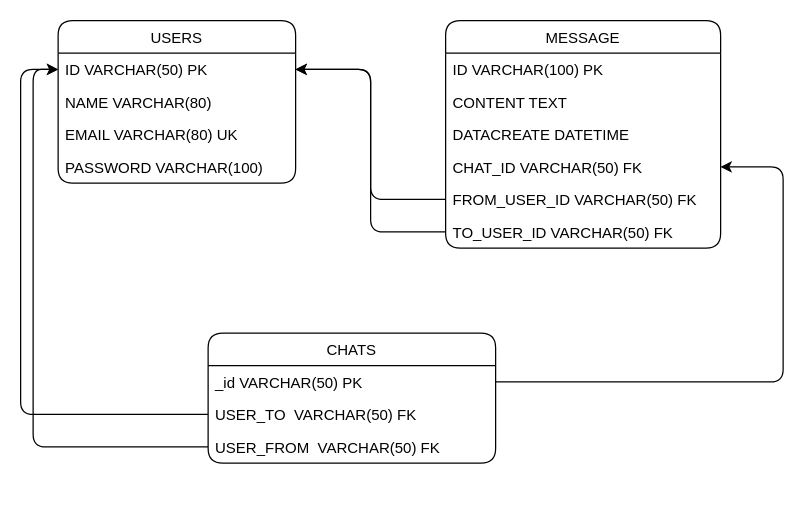
Before: doc/diagram.drawio in karllasouzza/API-ChatApp, a draw.io diagram. Source tidied: cells renumbered, new cells numbered last; positions are measured from the earlier drawing's top-left corner, leaving out a move shared by most shapes. Both pictures are drawn from the tidied source at 125%, with x=0, y=0 at pixel (20, 20).
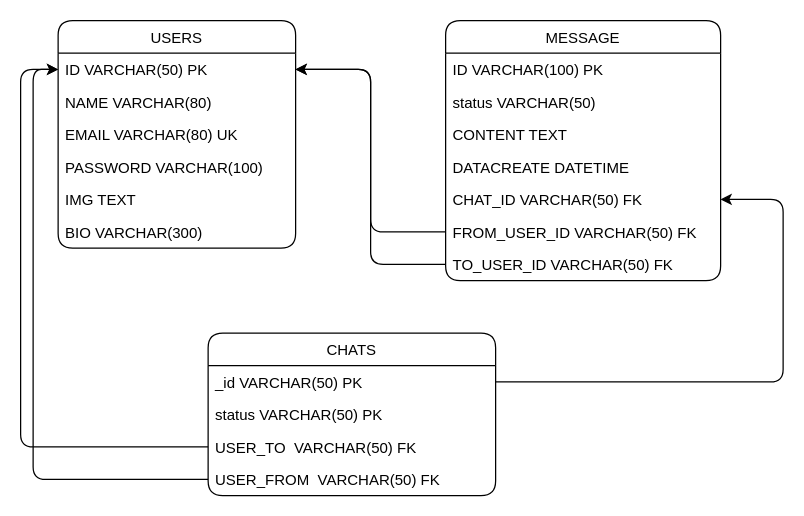
The same diagram, later.

Change to the diagram source:
```diff
@@
     <mxCell id="2" value="USERS" style="swimlane;fontStyle=0;horizontal=1;startSize=26;fillColor=none;rounded=1;" parent="1" vertex="1">
-      <mxGeometry x="30" width="190" height="130" as="geometry" />
+      <mxGeometry x="30" width="190" height="182" as="geometry" />
     </mxCell>
@@
+    <mxCell id="23" value="IMG TEXT" style="text;strokeColor=none;fillColor=none;align=left;verticalAlign=top;spacingLeft=4;spacingRight=4;overflow=hidden;" parent="2" vertex="1">
+      <mxGeometry y="130" width="190" height="26" as="geometry" />
+    </mxCell>
+    <mxCell id="24" value="BIO VARCHAR(300)" style="text;strokeColor=none;fillColor=none;align=left;verticalAlign=top;spacingLeft=4;spacingRight=4;overflow=hidden;" parent="2" vertex="1">
+      <mxGeometry y="156" width="190" height="26" as="geometry" />
+    </mxCell>
     <mxCell id="7" value="MESSAGE" style="swimlane;fontStyle=0;horizontal=1;startSize=26;fillColor=none;rounded=1;" parent="1" vertex="1">
-      <mxGeometry x="340" width="220" height="182" as="geometry" />
+      <mxGeometry x="340" width="220" height="208" as="geometry" />
     </mxCell>
@@
+    <mxCell id="25" value="status VARCHAR(50)" style="text;strokeColor=none;fillColor=none;align=left;verticalAlign=top;spacingLeft=4;spacingRight=4;overflow=hidden;" parent="7" vertex="1">
+      <mxGeometry y="52" width="220" height="26" as="geometry" />
+    </mxCell>
     <mxCell id="9" value="CONTENT TEXT" style="text;strokeColor=none;fillColor=none;align=left;verticalAlign=top;spacingLeft=4;spacingRight=4;overflow=hidden;" parent="7" vertex="1">
-      <mxGeometry y="52" width="220" height="26" as="geometry" />
+      <mxGeometry y="78" width="220" height="26" as="geometry" />
     </mxCell>
     <mxCell id="10" value="DATACREATE DATETIME" style="text;strokeColor=none;fillColor=none;align=left;verticalAlign=top;spacingLeft=4;spacingRight=4;overflow=hidden;" parent="7" vertex="1">
-      <mxGeometry y="78" width="220" height="26" as="geometry" />
+      <mxGeometry y="104" width="220" height="26" as="geometry" />
     </mxCell>
     <mxCell id="11" value="CHAT_ID VARCHAR(50) FK" style="text;strokeColor=none;fillColor=none;align=left;verticalAlign=top;spacingLeft=4;spacingRight=4;overflow=hidden;points=[[0,0.5],[1,0.5]];portConstraint=eastwest;" parent="7" vertex="1">
-      <mxGeometry y="104" width="220" height="26" as="geometry" />
+      <mxGeometry y="130" width="220" height="26" as="geometry" />
     </mxCell>
     <mxCell id="12" value="FROM_USER_ID VARCHAR(50) FK" style="text;strokeColor=none;fillColor=none;align=left;verticalAlign=top;spacingLeft=4;spacingRight=4;overflow=hidden;points=[[0,0.5],[1,0.5]];portConstraint=eastwest;" parent="7" vertex="1">
-      <mxGeometry y="130" width="220" height="26" as="geometry" />
+      <mxGeometry y="156" width="220" height="26" as="geometry" />
     </mxCell>
     <mxCell id="13" value="TO_USER_ID VARCHAR(50) FK" style="text;strokeColor=none;fillColor=none;align=left;verticalAlign=top;spacingLeft=4;spacingRight=4;overflow=hidden;points=[[0,0.5],[1,0.5]];portConstraint=eastwest;" parent="7" vertex="1">
-      <mxGeometry y="156" width="220" height="26" as="geometry" />
+      <mxGeometry y="182" width="220" height="26" as="geometry" />
     </mxCell>
     <mxCell id="14" value="CHATS" style="swimlane;fontStyle=0;horizontal=1;startSize=26;fillColor=none;rounded=1;" parent="1" vertex="1">
-      <mxGeometry x="150" y="250" width="230" height="104" as="geometry" />
+      <mxGeometry x="150" y="250" width="230" height="130" as="geometry" />
     </mxCell>
@@
+    <mxCell id="26" value="status VARCHAR(50) PK" style="text;strokeColor=none;fillColor=none;align=left;verticalAlign=top;spacingLeft=4;spacingRight=4;overflow=hidden;" parent="14" vertex="1">
+      <mxGeometry y="52" width="230" height="26" as="geometry" />
+    </mxCell>
     <mxCell id="16" value="USER_TO  VARCHAR(50) FK" style="text;strokeColor=none;fillColor=none;align=left;verticalAlign=top;spacingLeft=4;spacingRight=4;overflow=hidden;points=[[0,0.5],[1,0.5]];portConstraint=eastwest;" parent="14" vertex="1">
-      <mxGeometry y="52" width="230" height="26" as="geometry" />
+      <mxGeometry y="78" width="230" height="26" as="geometry" />
     </mxCell>
     <mxCell id="17" value="USER_FROM  VARCHAR(50) FK" style="text;strokeColor=none;fillColor=none;align=left;verticalAlign=top;spacingLeft=4;spacingRight=4;overflow=hidden;points=[[0,0.5],[1,0.5]];portConstraint=eastwest;" parent="14" vertex="1">
-      <mxGeometry y="78" width="230" height="26" as="geometry" />
+      <mxGeometry y="104" width="230" height="26" as="geometry" />
     </mxCell>
```
